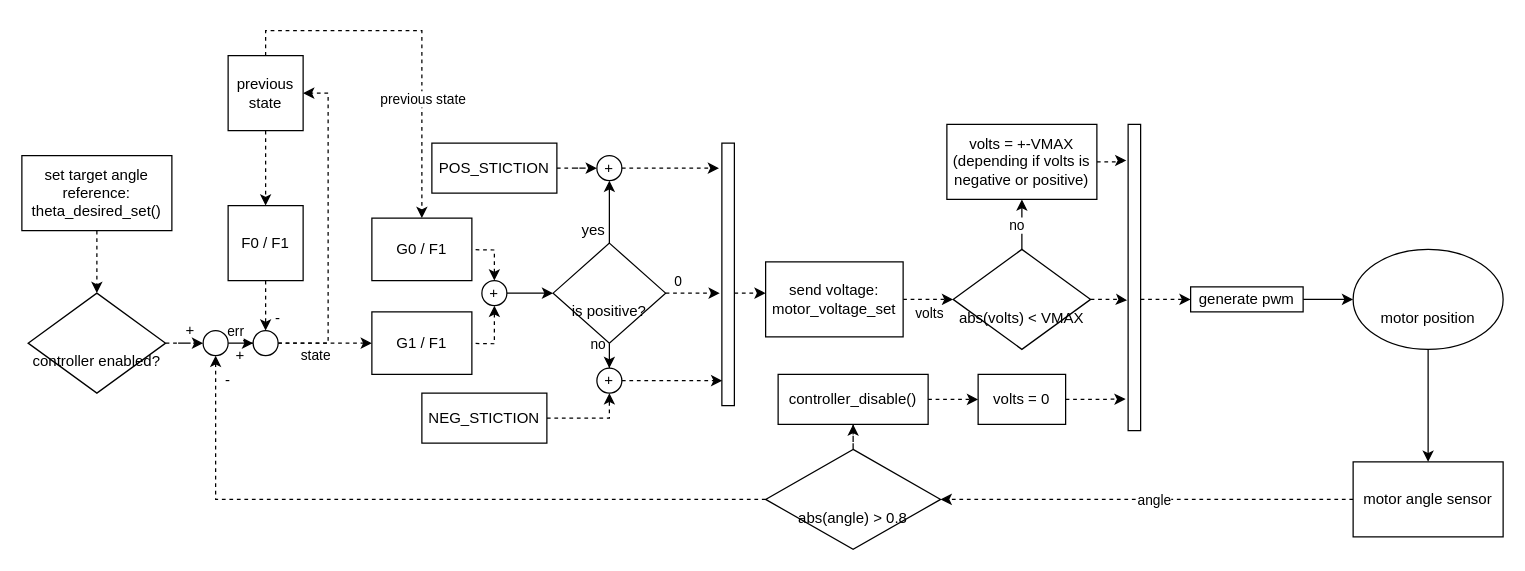
levirogalla/ball-and-beam-control keeps this draw.io diagram as control_system_block_diagram.drawio. Above is the earlier version. Source tidied: cells renumbered, new cells numbered last; positions are measured from the earlier drawing's top-left corner, leaving out a move shared by most shapes. Both pictures are drawn from the tidied source at 125%, with x=0, y=0 at pixel (21, 30).
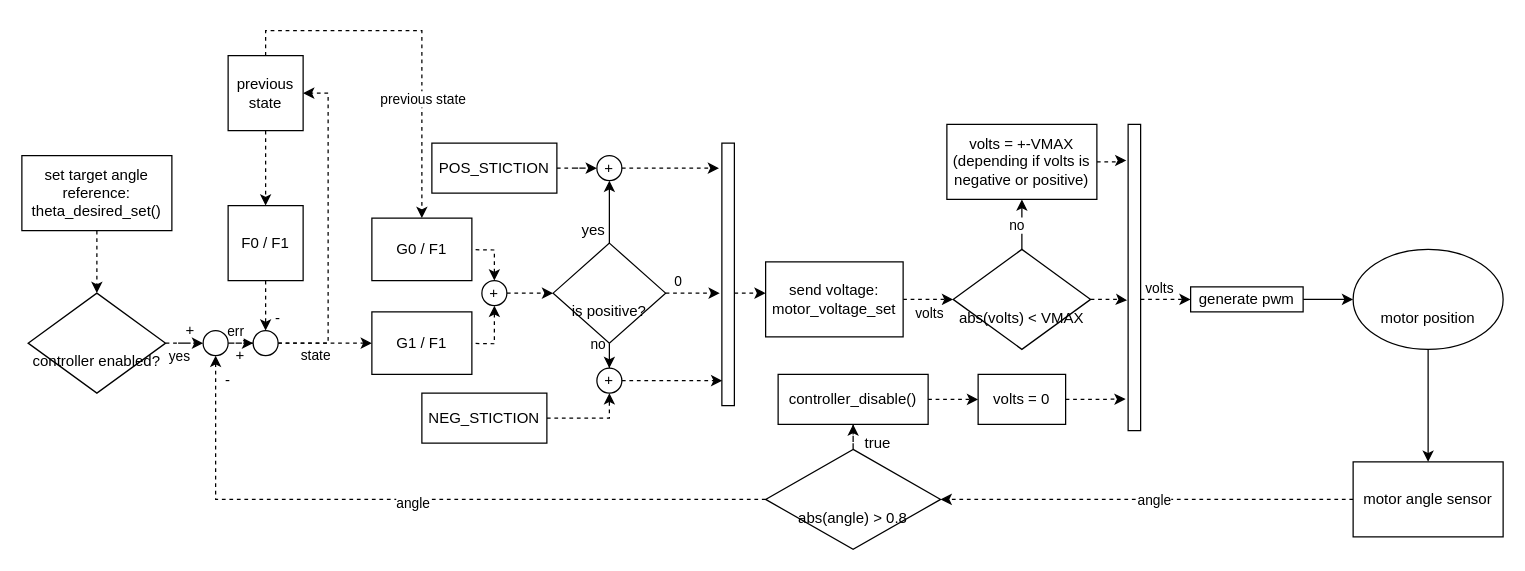
The same diagram, later.

Unchanged cells that the change refers to:
```xml
<mxCell id="11" style="ellipse;whiteSpace=wrap;html=1;shapeInside=1;" parent="1" vertex="1">
  <mxGeometry x="145" y="240" width="20" height="20" as="geometry" />
</mxCell>
<mxCell id="16" style="ellipse;whiteSpace=wrap;html=1;shapeInside=1;" parent="1" vertex="1">
  <mxGeometry x="185" y="240" width="20" height="20" as="geometry" />
</mxCell>
<mxCell id="28" value="+" style="ellipse;whiteSpace=wrap;html=1;shapeInside=1;" parent="1" vertex="1">
  <mxGeometry x="368" y="200" width="20" height="20" as="geometry" />
</mxCell>
<mxCell id="34" value="&lt;div&gt;&lt;br&gt;&lt;/div&gt;&lt;div&gt;&lt;br&gt;&lt;/div&gt;&lt;div&gt;is positive?&lt;/div&gt;" style="rhombus;whiteSpace=wrap;html=1;shapeInside=1;" parent="1" vertex="1">
  <mxGeometry x="425" y="170" width="90" height="80" as="geometry" />
</mxCell>
<mxCell id="51" style="edgeStyle=orthogonalEdgeStyle;rounded=0;jettySize=auto;html=1;dashed=1;strokeColor=default;align=center;verticalAlign=middle;fontFamily=Helvetica;fontSize=11;fontColor=default;labelBackgroundColor=default;endArrow=classic;" parent="1" edge="1" source="52" target="50">
  <mxGeometry relative="1" as="geometry">
    <Array as="points">
      <mxPoint x="925" y="215" />
      <mxPoint x="925" y="215" />
    </Array>
  </mxGeometry>
</mxCell>
<mxCell id="62" style="edgeStyle=orthogonalEdgeStyle;rounded=0;jettySize=auto;html=1;entryX=0.5;entryY=1;entryDx=0;entryDy=0;dashed=1;" parent="1" edge="1" source="63" target="11">
  <mxGeometry relative="1" as="geometry" />
</mxCell>
<mxCell id="64" style="edgeStyle=orthogonalEdgeStyle;rounded=0;jettySize=auto;html=1;dashed=1;strokeColor=default;align=center;verticalAlign=middle;fontFamily=Helvetica;fontSize=11;fontColor=default;labelBackgroundColor=default;endArrow=classic;" parent="1" edge="1" source="65" target="11">
  <mxGeometry relative="1" as="geometry" />
</mxCell>
```

Diff of the diagram source:
```diff
@@
-    <mxCell id="9" style="edgeStyle=orthogonalEdgeStyle;rounded=0;jettySize=auto;html=1;" parent="1" edge="1" source="11" target="16">
+    <mxCell id="9" style="edgeStyle=orthogonalEdgeStyle;rounded=0;jettySize=auto;html=1;dashed=1;strokeColor=default;align=center;verticalAlign=middle;fontFamily=Helvetica;fontSize=11;fontColor=default;labelBackgroundColor=default;endArrow=classic;" parent="1" edge="1" source="11" target="16">
       <mxGeometry relative="1" as="geometry" />
     </mxCell>
@@
-    <mxCell id="27" style="edgeStyle=orthogonalEdgeStyle;rounded=0;jettySize=auto;html=1;" parent="1" edge="1" source="28" target="34">
+    <mxCell id="27" style="edgeStyle=orthogonalEdgeStyle;rounded=0;jettySize=auto;html=1;dashed=1;strokeColor=default;align=center;verticalAlign=middle;fontFamily=Helvetica;fontSize=11;fontColor=default;labelBackgroundColor=default;endArrow=classic;" parent="1" edge="1" source="28" target="34">
       <mxGeometry relative="1" as="geometry" />
     </mxCell>
@@
+    <mxCell id="70" value="volts" style="edgeLabel;html=1;align=center;verticalAlign=middle;fontFamily=Helvetica;fontSize=11;fontColor=default;labelBackgroundColor=default;" parent="51" vertex="1">
+      <mxGeometry x="-0.32" y="2" relative="1" as="geometry">
+        <mxPoint y="-8" as="offset" />
+      </mxGeometry>
+    </mxCell>
@@
+    <mxCell id="71" value="angle" style="edgeLabel;html=1;align=center;verticalAlign=middle;fontFamily=Helvetica;fontSize=11;fontColor=default;labelBackgroundColor=default;" parent="62" vertex="1">
+      <mxGeometry x="0.02" y="2" relative="1" as="geometry" />
+    </mxCell>
@@
+    <mxCell id="72" value="yes" style="edgeLabel;html=1;align=center;verticalAlign=middle;fontFamily=Helvetica;fontSize=11;fontColor=default;labelBackgroundColor=default;" parent="64" vertex="1">
+      <mxGeometry x="0.71" y="-1" relative="1" as="geometry">
+        <mxPoint x="-13" y="9" as="offset" />
+      </mxGeometry>
+    </mxCell>
@@
+    <mxCell id="73" value="true" style="text;html=1;whiteSpace=wrap;strokeColor=none;fillColor=none;align=center;verticalAlign=middle;rounded=0;" parent="1" vertex="1">
+      <mxGeometry x="655" y="315" width="60" height="30" as="geometry" />
+    </mxCell>
```
